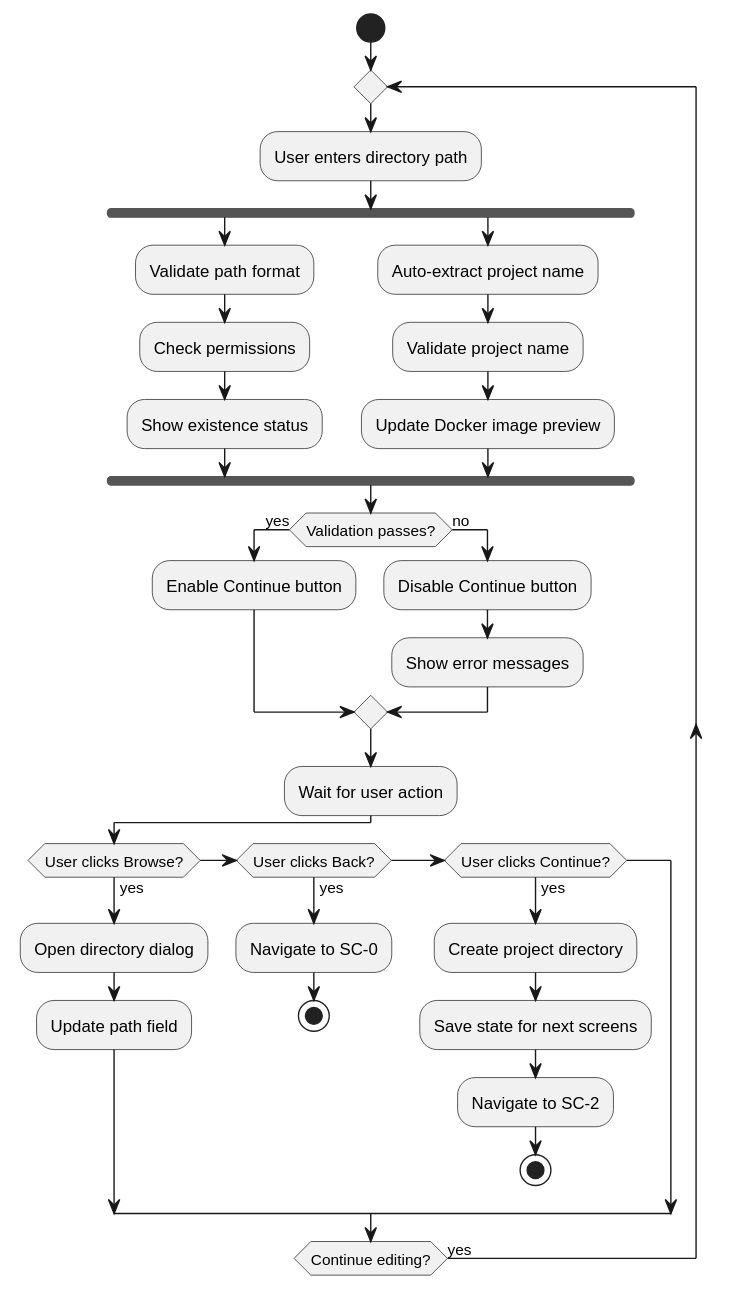
Above: context/plans/gui/screens/sc-1/figures/sc1/user-interaction-flow.svg in igamenovoer/PeiDocker (PlantUML), before the change. The source it was exported from:
```plantuml
@startuml
start
repeat
  :User enters directory path;
  fork
    :Validate path format;
    :Check permissions;
    :Show existence status;
  fork again
    :Auto-extract project name;
    :Validate project name;
    :Update Docker image preview;
  end fork
  if (Validation passes?) then (yes)
    :Enable Continue button;
  else (no)
    :Disable Continue button;
    :Show error messages;
  endif

  :Wait for user action;
  if (User clicks Browse?) then (yes)
    :Open directory dialog;
    :Update path field;
  else if (User clicks Back?) then (yes)
    :Navigate to SC-0;
    stop
  else if (User clicks Continue?) then (yes)
    :Create project directory;
    :Save state for next screens;
    :Navigate to SC-2;
    stop
  endif
repeat while (Continue editing?) is (yes)
@enduml
```
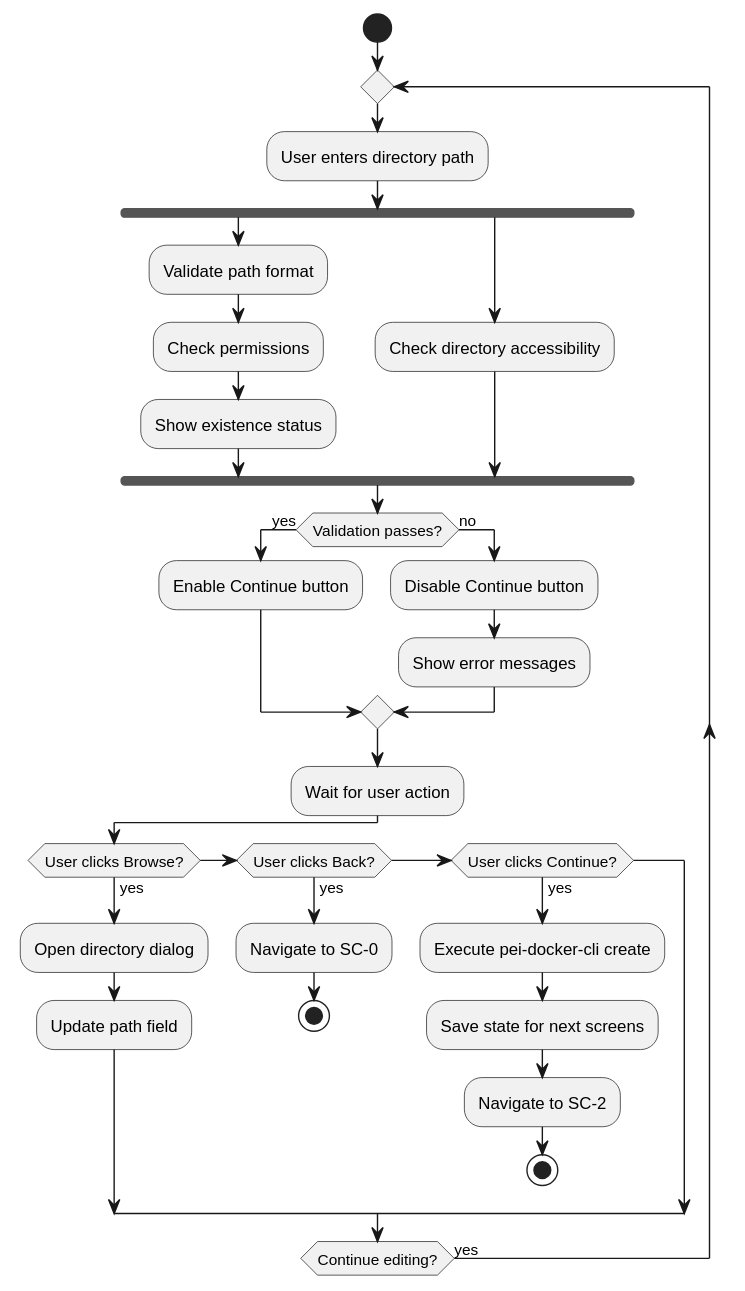
The same diagram one commit later.

Change to the diagram source:
```diff
@@ -7,9 +7,7 @@
     :Check permissions;
     :Show existence status;
   fork again
-    :Auto-extract project name;
-    :Validate project name;
-    :Update Docker image preview;
+    :Check directory accessibility;
   end fork
   if (Validation passes?) then (yes)
     :Enable Continue button;
@@ -26,7 +24,7 @@
     :Navigate to SC-0;
     stop
   else if (User clicks Continue?) then (yes)
-    :Create project directory;
+    :Execute pei-docker-cli create;
     :Save state for next screens;
     :Navigate to SC-2;
     stop
```
